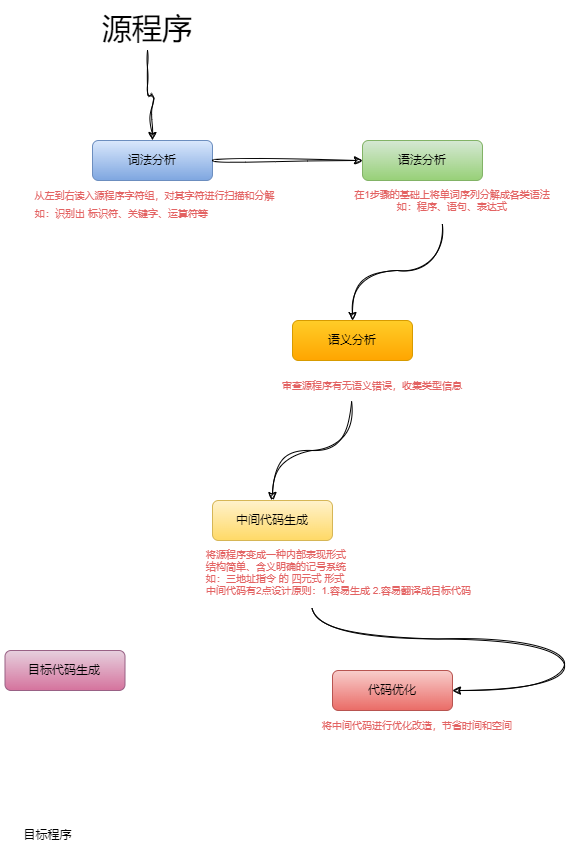
The draw.io diagram 计算机基础/编译原理/一章1.2.0.drawio.png in youjizi/images, before a commit. Source tidied: cells renumbered, new cells last; positions are measured from the earlier drawing's top-left corner, leaving out a move shared by most shapes. Source of this version:
```xml
<mxGraphModel>
  <root>
    <mxCell id="0" />
    <mxCell id="1" parent="0" />
    <mxCell id="2" style="edgeStyle=orthogonalEdgeStyle;rounded=1;jettySize=auto;sketch=1;curveFitting=1;jiggle=2;" parent="1" edge="1" source="3" target="4">
      <mxGeometry relative="1" as="geometry" />
    </mxCell>
    <mxCell id="3" value="源程序" style="text;align=center;verticalAlign=middle;points=[];strokeColor=none;fillColor=none;fontSize=30;fontStyle=0;fontFamily=Helvetica;" parent="1" vertex="1">
      <mxGeometry x="92" width="110" height="50" as="geometry" />
    </mxCell>
    <mxCell id="4" value="词法分析" style="rounded=1;whiteSpace=wrap;html=1;fontFamily=Helvetica;align=center;fontStyle=0;shadow=0;glass=0;fillColor=#dae8fc;gradientColor=#7ea6e0;strokeColor=#6c8ebf;" parent="1" vertex="1">
      <mxGeometry x="92" y="140" width="120" height="40" as="geometry" />
    </mxCell>
    <mxCell id="5" value="语法分析" style="rounded=1;whiteSpace=wrap;html=1;fillColor=#d5e8d4;strokeColor=#82b366;gradientColor=#97d077;" parent="1" vertex="1">
      <mxGeometry x="362" y="140" width="120" height="40" as="geometry" />
    </mxCell>
    <mxCell id="6" style="edgeStyle=orthogonalEdgeStyle;rounded=0;orthogonalLoop=1;jettySize=auto;html=1;exitX=0.5;exitY=1;exitDx=0;exitDy=0;" parent="1" edge="1" source="5" target="5">
      <mxGeometry relative="1" as="geometry" />
    </mxCell>
    <mxCell id="7" style="edgeStyle=orthogonalEdgeStyle;rounded=0;orthogonalLoop=1;jettySize=auto;html=1;exitX=0.5;exitY=1;exitDx=0;exitDy=0;" parent="1" edge="1" source="8" target="8">
      <mxGeometry relative="1" as="geometry" />
    </mxCell>
    <mxCell id="8" value="语义分析" style="rounded=1;whiteSpace=wrap;html=1;fillColor=#ffcd28;strokeColor=#d79b00;gradientColor=#ffa500;" parent="1" vertex="1">
      <mxGeometry x="292" y="320" width="120" height="40" as="geometry" />
    </mxCell>
    <mxCell id="9" value="中间代码生成" style="rounded=1;whiteSpace=wrap;html=1;fillColor=#fff2cc;strokeColor=#d6b656;gradientColor=#ffd966;" parent="1" vertex="1">
      <mxGeometry x="212" y="500" width="120" height="40" as="geometry" />
    </mxCell>
    <mxCell id="10" value="代码优化" style="rounded=1;whiteSpace=wrap;html=1;fillColor=#f8cecc;strokeColor=#b85450;gradientColor=#ea6b66;" parent="1" vertex="1">
      <mxGeometry x="332" y="670" width="120" height="40" as="geometry" />
    </mxCell>
    <mxCell id="11" value="目标代码生成" style="rounded=1;whiteSpace=wrap;html=1;fillColor=#e6d0de;strokeColor=#996185;gradientColor=#d5739d;" parent="1" vertex="1">
      <mxGeometry x="4.5" y="650" width="120" height="40" as="geometry" />
    </mxCell>
    <mxCell id="12" value="目标程序" style="text;html=1;align=center;verticalAlign=middle;points=[];strokeColor=none;fillColor=none;" parent="1" vertex="1">
      <mxGeometry x="12" y="820" width="70" height="30" as="geometry" />
    </mxCell>
    <mxCell id="13" style="group;fontColor=none;noLabel=1;fontSize=10;" parent="1" vertex="1">
      <mxGeometry x="4.5" y="180" width="305" height="60" as="geometry" />
    </mxCell>
    <mxCell id="14" value="从左到右读入源程序字符组，对其字符进行扫描和分解" style="text;align=center;verticalAlign=middle;strokeColor=none;fillColor=none;fontColor=#E36363;fontSize=10;" parent="13" vertex="1">
      <mxGeometry x="-5" width="310" height="30" as="geometry" />
    </mxCell>
    <mxCell id="15" value="如：识别出 标识符、关键字、运算符等" style="text;align=center;verticalAlign=middle;strokeColor=none;fillColor=none;fontColor=#e36363;fontSize=10;" parent="13" vertex="1">
      <mxGeometry x="2" y="18" width="230" height="30" as="geometry" />
    </mxCell>
    <mxCell id="16" style="edgeStyle=orthogonalEdgeStyle;jettySize=auto;entryX=0;entryY=0.5;entryDx=0;entryDy=0;curved=1;sketch=1;curveFitting=1;jiggle=2;exitX=1;exitY=0.5;exitDx=0;exitDy=0;entryPerimeter=0;" parent="1" edge="1" source="4" target="5">
      <mxGeometry relative="1" as="geometry" />
    </mxCell>
    <mxCell id="17" style="edgeStyle=orthogonalEdgeStyle;jettySize=auto;html=1;exitX=0.461;exitY=1.092;exitDx=0;exitDy=0;exitPerimeter=0;curved=1;sketch=1;curveFitting=1;jiggle=2;" parent="1" edge="1" source="18" target="8">
      <mxGeometry relative="1" as="geometry" />
    </mxCell>
    <mxCell id="18" value="在1步骤的基础上将单词序列分解成各类语法&#10;如：程序、语句、表达式" style="text;align=center;verticalAlign=middle;points=[];strokeColor=none;fillColor=none;fontColor=#e36363;fontSize=10;" parent="1" vertex="1">
      <mxGeometry x="322" y="180" width="260" height="40" as="geometry" />
    </mxCell>
    <mxCell id="19" style="edgeStyle=orthogonalEdgeStyle;jettySize=auto;html=1;entryX=0.5;entryY=0;entryDx=0;entryDy=0;curved=1;sketch=1;curveFitting=1;jiggle=2;exitX=0.413;exitY=1.033;exitDx=0;exitDy=0;exitPerimeter=0;" parent="1" edge="1" source="20" target="9">
      <mxGeometry relative="1" as="geometry" />
    </mxCell>
    <mxCell id="20" value="审查源程序有无语义错误，收集类型信息" style="text;align=center;verticalAlign=middle;points=[];strokeColor=none;fillColor=none;fontColor=#e36363;fontSize=10;" parent="1" vertex="1">
      <mxGeometry x="252" y="370" width="240" height="30" as="geometry" />
    </mxCell>
    <mxCell id="21" style="edgeStyle=orthogonalEdgeStyle;jettySize=auto;html=1;entryX=1;entryY=0.5;entryDx=0;entryDy=0;curved=1;sketch=1;curveFitting=1;jiggle=2;exitX=0.316;exitY=1.003;exitDx=0;exitDy=0;exitPerimeter=0;" parent="1" edge="1" source="22" target="10">
      <mxGeometry relative="1" as="geometry" />
    </mxCell>
    <mxCell id="22" value="将源程序变成一种内部表现形式&#10;结构简单、含义明确的记号系统&#10;如：三地址指令 的 四元式 形式&#10;中间代码有2点设计原则：1.容易生成 2.容易翻译成目标代码" style="text;align=left;verticalAlign=middle;points=[];strokeColor=none;fillColor=none;fontColor=#e36363;fontSize=10;" parent="1" vertex="1">
      <mxGeometry x="204" y="537" width="340" height="70" as="geometry" />
    </mxCell>
    <mxCell id="23" value="将中间代码进行优化改造，节省时间和空间" style="text;align=center;verticalAlign=middle;strokeColor=none;fillColor=none;fontColor=#e36363;fontSize=10;" parent="1" vertex="1">
      <mxGeometry x="292" y="710" width="250" height="30" as="geometry" />
    </mxCell>
  </root>
</mxGraphModel>
```
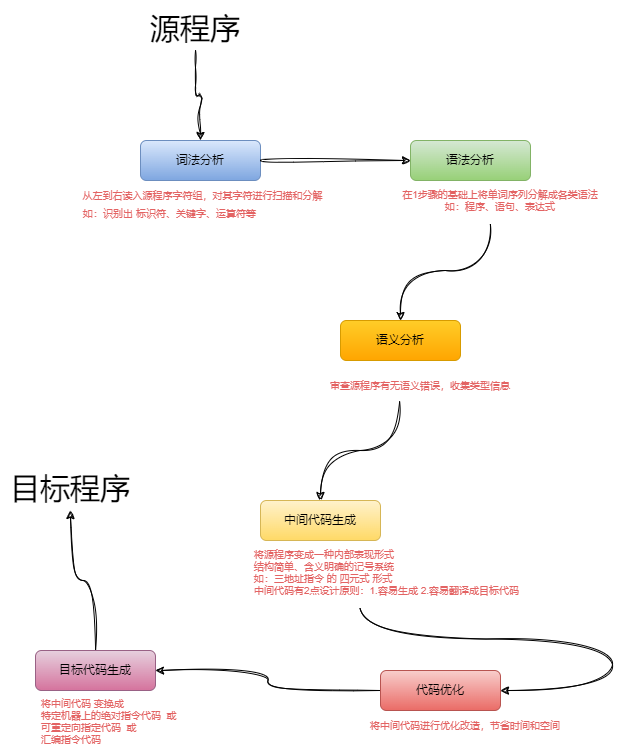
Above is the later version.

The edit, as a diff of the source:
```diff
@@ -26,14 +26,20 @@
     <mxCell id="9" value="中间代码生成" style="rounded=1;whiteSpace=wrap;html=1;fillColor=#fff2cc;strokeColor=#d6b656;gradientColor=#ffd966;" parent="1" vertex="1">
       <mxGeometry x="212" y="500" width="120" height="40" as="geometry" />
     </mxCell>
+    <mxCell id="24" style="edgeStyle=orthogonalEdgeStyle;jettySize=auto;html=1;entryX=1;entryY=0.5;entryDx=0;entryDy=0;sketch=1;curveFitting=1;jiggle=2;curved=1;" parent="1" edge="1" source="10" target="11">
+      <mxGeometry relative="1" as="geometry" />
+    </mxCell>
     <mxCell id="10" value="代码优化" style="rounded=1;whiteSpace=wrap;html=1;fillColor=#f8cecc;strokeColor=#b85450;gradientColor=#ea6b66;" parent="1" vertex="1">
       <mxGeometry x="332" y="670" width="120" height="40" as="geometry" />
     </mxCell>
+    <mxCell id="25" style="edgeStyle=orthogonalEdgeStyle;jettySize=auto;html=1;sketch=1;curveFitting=1;jiggle=2;curved=1;" parent="1" edge="1" source="11" target="12">
+      <mxGeometry relative="1" as="geometry" />
+    </mxCell>
     <mxCell id="11" value="目标代码生成" style="rounded=1;whiteSpace=wrap;html=1;fillColor=#e6d0de;strokeColor=#996185;gradientColor=#d5739d;" parent="1" vertex="1">
-      <mxGeometry x="4.5" y="650" width="120" height="40" as="geometry" />
+      <mxGeometry x="-13" y="650" width="120" height="40" as="geometry" />
     </mxCell>
-    <mxCell id="12" value="目标程序" style="text;html=1;align=center;verticalAlign=middle;points=[];strokeColor=none;fillColor=none;" parent="1" vertex="1">
-      <mxGeometry x="12" y="820" width="70" height="30" as="geometry" />
+    <mxCell id="12" value="目标程序" style="text;align=center;verticalAlign=middle;points=[];strokeColor=none;fillColor=none;fontSize=30;" parent="1" vertex="1">
+      <mxGeometry x="-48" y="460" width="140" height="50" as="geometry" />
     </mxCell>
     <mxCell id="13" style="group;fontColor=none;noLabel=1;fontSize=10;" parent="1" vertex="1">
       <mxGeometry x="4.5" y="180" width="305" height="60" as="geometry" />
@@ -68,5 +74,8 @@
     <mxCell id="23" value="将中间代码进行优化改造，节省时间和空间" style="text;align=center;verticalAlign=middle;strokeColor=none;fillColor=none;fontColor=#e36363;fontSize=10;" parent="1" vertex="1">
       <mxGeometry x="292" y="710" width="250" height="30" as="geometry" />
     </mxCell>
+    <mxCell id="26" value="将中间代码 变换成 &#10;特定机器上的绝对指令代码  或&#10;可重定向指定代码  或&#10;汇编指令代码" style="text;align=left;verticalAlign=middle;strokeColor=none;fillColor=none;fontColor=#e36363;fontSize=10;" parent="1" vertex="1">
+      <mxGeometry x="-9" y="686" width="190" height="70" as="geometry" />
+    </mxCell>
   </root>
 </mxGraphModel>
```
